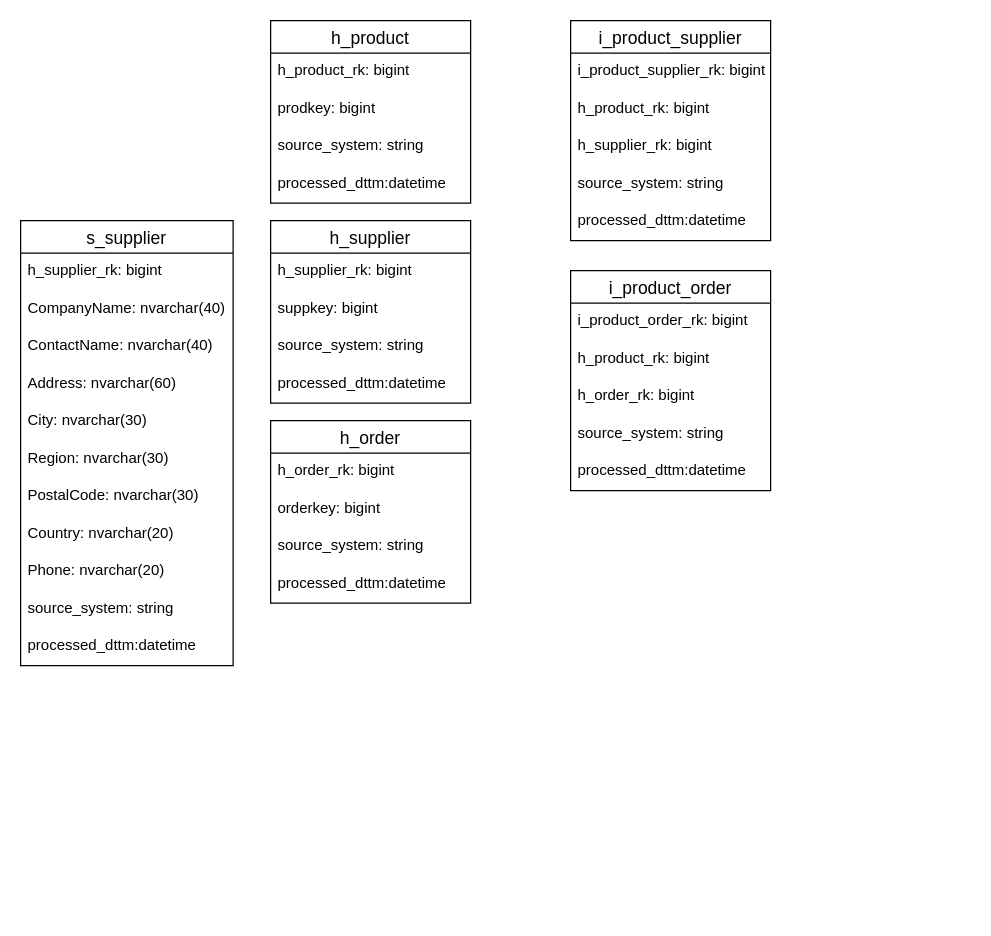
sunshineuee/ETL keeps this draw.io diagram as Untitled Diagram.drawio. Above is the earlier version. Source tidied: cells renumbered, new cells numbered last; positions are measured from the earlier drawing's top-left corner, leaving out a move shared by most shapes. Both pictures are drawn from the tidied source at 125%, with x=0, y=0 at pixel (20, 20).
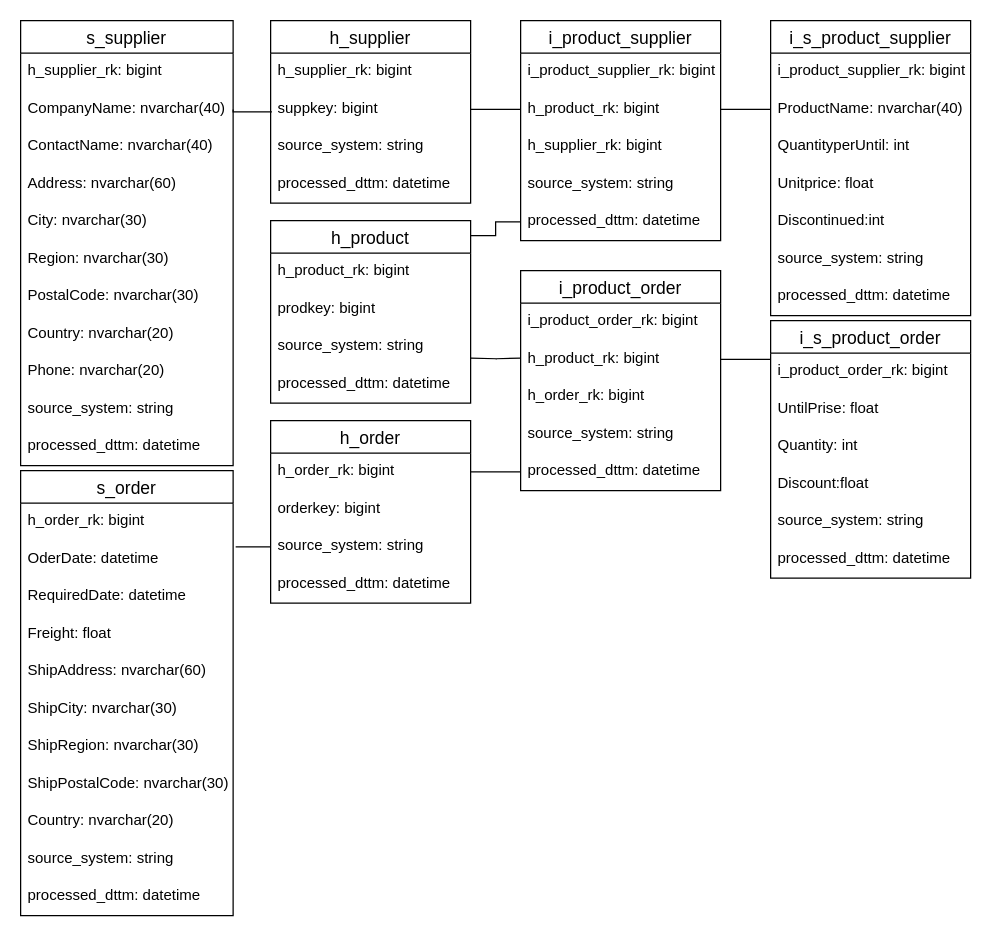
The same diagram, later.

Unchanged cells that the change refers to:
```xml
<mxCell id="9" value="suppkey: bigint" style="text;strokeColor=none;fillColor=none;spacingLeft=4;spacingRight=4;overflow=hidden;points=[[0,0.5],[1,0.5]];portConstraint=eastwest;fontSize=12;" parent="7" vertex="1">
  <mxGeometry y="56" width="160" height="30" as="geometry" />
</mxCell>
<mxCell id="12" value="h_order" style="swimlane;fontStyle=0;horizontal=1;startSize=26;align=center;fontSize=14;" parent="1" vertex="1">
  <mxGeometry x="200" y="320" width="160" height="146" as="geometry" />
</mxCell>
<mxCell id="13" value="h_order_rk: bigint" style="text;strokeColor=none;fillColor=none;spacingLeft=4;spacingRight=4;overflow=hidden;points=[[0,0.5],[1,0.5]];portConstraint=eastwest;fontSize=12;" parent="12" vertex="1">
  <mxGeometry y="26" width="160" height="30" as="geometry" />
</mxCell>
<mxCell id="15" value="source_system: string" style="text;strokeColor=none;fillColor=none;spacingLeft=4;spacingRight=4;overflow=hidden;points=[[0,0.5],[1,0.5]];portConstraint=eastwest;fontSize=12;" parent="12" vertex="1">
  <mxGeometry y="86" width="160" height="30" as="geometry" />
</mxCell>
<mxCell id="19" value="h_product_rk: bigint" style="text;strokeColor=none;fillColor=none;spacingLeft=4;spacingRight=4;overflow=hidden;points=[[0,0.5],[1,0.5]];portConstraint=eastwest;fontSize=12;" parent="17" vertex="1">
  <mxGeometry y="56" width="160" height="30" as="geometry" />
</mxCell>
<mxCell id="25" value="h_product_rk: bigint" style="text;strokeColor=none;fillColor=none;spacingLeft=4;spacingRight=4;overflow=hidden;points=[[0,0.5],[1,0.5]];portConstraint=eastwest;fontSize=12;" parent="23" vertex="1">
  <mxGeometry y="56" width="160" height="30" as="geometry" />
</mxCell>
<mxCell id="31" value="CompanyName: nvarchar(40)" style="text;strokeColor=none;fillColor=none;spacingLeft=4;spacingRight=4;overflow=hidden;points=[[0,0.5],[1,0.5]];portConstraint=eastwest;fontSize=12;" parent="29" vertex="1">
  <mxGeometry y="56" width="170" height="30" as="geometry" />
</mxCell>
```

The edit, as a diff of the source:
```diff
@@
+    <mxCell id="41" style="edgeStyle=orthogonalEdgeStyle;rounded=0;jettySize=auto;html=1;endArrow=none;endFill=0;entryX=0;entryY=0.5;entryDx=0;entryDy=0;exitX=0.994;exitY=0.082;exitDx=0;exitDy=0;exitPerimeter=0;" parent="1" edge="1" source="2" target="22">
+      <mxGeometry relative="1" as="geometry" />
+    </mxCell>
     <mxCell id="2" value="h_product" style="swimlane;fontStyle=0;horizontal=1;startSize=26;align=center;fontSize=14;" parent="1" vertex="1">
-      <mxGeometry x="200" width="160" height="146" as="geometry" />
+      <mxGeometry x="200" y="160" width="160" height="146" as="geometry" />
     </mxCell>
@@
-    <mxCell id="6" value="processed_dttm:datetime" style="text;strokeColor=none;fillColor=none;spacingLeft=4;spacingRight=4;overflow=hidden;fontSize=12;" parent="2" vertex="1">
+    <mxCell id="6" value="processed_dttm: datetime" style="text;strokeColor=none;fillColor=none;spacingLeft=4;spacingRight=4;overflow=hidden;fontSize=12;" parent="2" vertex="1">
       <mxGeometry y="116" width="160" height="30" as="geometry" />
     </mxCell>
     <mxCell id="7" value="h_supplier" style="swimlane;fontStyle=0;horizontal=1;startSize=26;align=center;fontSize=14;" parent="1" vertex="1">
-      <mxGeometry x="200" y="160" width="160" height="146" as="geometry" />
+      <mxGeometry x="200" width="160" height="146" as="geometry" />
     </mxCell>
@@
-    <mxCell id="11" value="processed_dttm:datetime" style="text;strokeColor=none;fillColor=none;spacingLeft=4;spacingRight=4;overflow=hidden;fontSize=12;" parent="7" vertex="1">
+    <mxCell id="11" value="processed_dttm: datetime" style="text;strokeColor=none;fillColor=none;spacingLeft=4;spacingRight=4;overflow=hidden;fontSize=12;" parent="7" vertex="1">
       <mxGeometry y="116" width="160" height="30" as="geometry" />
     </mxCell>
@@
-    <mxCell id="16" value="processed_dttm:datetime" style="text;strokeColor=none;fillColor=none;spacingLeft=4;spacingRight=4;overflow=hidden;fontSize=12;" parent="12" vertex="1">
+    <mxCell id="16" value="processed_dttm: datetime" style="text;strokeColor=none;fillColor=none;spacingLeft=4;spacingRight=4;overflow=hidden;fontSize=12;" parent="12" vertex="1">
       <mxGeometry y="116" width="160" height="30" as="geometry" />
     </mxCell>
     <mxCell id="17" value="i_product_supplier" style="swimlane;fontStyle=0;horizontal=1;startSize=26;align=center;fontSize=14;" parent="1" vertex="1">
-      <mxGeometry x="440" width="160" height="176" as="geometry" />
+      <mxGeometry x="400" width="160" height="176" as="geometry" />
     </mxCell>
@@
-    <mxCell id="22" value="processed_dttm:datetime" style="text;strokeColor=none;fillColor=none;spacingLeft=4;spacingRight=4;overflow=hidden;points=[[0,0.5],[1,0.5]];portConstraint=eastwest;fontSize=12;" parent="17" vertex="1">
+    <mxCell id="22" value="processed_dttm: datetime" style="text;strokeColor=none;fillColor=none;spacingLeft=4;spacingRight=4;overflow=hidden;points=[[0,0.5],[1,0.5]];portConstraint=eastwest;fontSize=12;" parent="17" vertex="1">
       <mxGeometry y="146" width="160" height="30" as="geometry" />
     </mxCell>
     <mxCell id="23" value="i_product_order" style="swimlane;fontStyle=0;horizontal=1;startSize=26;align=center;fontSize=14;" parent="1" vertex="1">
-      <mxGeometry x="440" y="200" width="160" height="176" as="geometry" />
+      <mxGeometry x="400" y="200" width="160" height="176" as="geometry" />
     </mxCell>
@@
-    <mxCell id="28" value="processed_dttm:datetime" style="text;strokeColor=none;fillColor=none;spacingLeft=4;spacingRight=4;overflow=hidden;points=[[0,0.5],[1,0.5]];portConstraint=eastwest;fontSize=12;" parent="23" vertex="1">
+    <mxCell id="28" value="processed_dttm: datetime" style="text;strokeColor=none;fillColor=none;spacingLeft=4;spacingRight=4;overflow=hidden;points=[[0,0.5],[1,0.5]];portConstraint=eastwest;fontSize=12;" parent="23" vertex="1">
       <mxGeometry y="146" width="160" height="30" as="geometry" />
     </mxCell>
+    <mxCell id="42" style="edgeStyle=orthogonalEdgeStyle;rounded=0;jettySize=auto;html=1;endArrow=none;endFill=0;exitX=1;exitY=0.5;exitDx=0;exitDy=0;" parent="1" edge="1" source="31">
+      <mxGeometry relative="1" as="geometry">
+        <mxPoint x="201" y="73" as="targetPoint" />
+        <Array as="points">
+          <mxPoint x="170" y="73" />
+        </Array>
+      </mxGeometry>
+    </mxCell>
     <mxCell id="29" value="s_supplier" style="swimlane;fontStyle=0;horizontal=1;startSize=26;align=center;fontSize=14;" parent="1" vertex="1">
-      <mxGeometry y="160" width="170" height="356" as="geometry" />
+      <mxGeometry width="170" height="356" as="geometry" />
     </mxCell>
@@
-    <mxCell id="40" value="processed_dttm:datetime" style="text;strokeColor=none;fillColor=none;spacingLeft=4;spacingRight=4;overflow=hidden;fontSize=12;" parent="29" vertex="1">
+    <mxCell id="40" value="processed_dttm: datetime" style="text;strokeColor=none;fillColor=none;spacingLeft=4;spacingRight=4;overflow=hidden;fontSize=12;" parent="29" vertex="1">
       <mxGeometry y="326" width="170" height="30" as="geometry" />
     </mxCell>
+    <mxCell id="43" style="edgeStyle=orthogonalEdgeStyle;rounded=0;jettySize=auto;html=1;entryX=0;entryY=0.5;entryDx=0;entryDy=0;exitX=1.012;exitY=0.167;exitDx=0;exitDy=0;exitPerimeter=0;endArrow=none;endFill=0;" parent="1" edge="1" source="46" target="15">
+      <mxGeometry relative="1" as="geometry">
+        <Array as="points">
+          <mxPoint x="180" y="421" />
+          <mxPoint x="180" y="421" />
+        </Array>
+      </mxGeometry>
+    </mxCell>
+    <mxCell id="44" value="s_order" style="swimlane;fontStyle=0;horizontal=1;startSize=26;align=center;fontSize=14;" parent="1" vertex="1">
+      <mxGeometry y="360" width="170" height="356" as="geometry" />
+    </mxCell>
+    <mxCell id="45" value="h_order_rk: bigint" style="text;strokeColor=none;fillColor=none;spacingLeft=4;spacingRight=4;overflow=hidden;fontSize=12;" parent="44" vertex="1">
+      <mxGeometry y="26" width="170" height="30" as="geometry" />
+    </mxCell>
+    <mxCell id="46" value="OderDate: datetime" style="text;strokeColor=none;fillColor=none;spacingLeft=4;spacingRight=4;overflow=hidden;points=[[0,0.5],[1,0.5]];portConstraint=eastwest;fontSize=12;" parent="44" vertex="1">
+      <mxGeometry y="56" width="170" height="30" as="geometry" />
+    </mxCell>
+    <mxCell id="47" value="RequiredDate: datetime" style="text;strokeColor=none;fillColor=none;spacingLeft=4;spacingRight=4;overflow=hidden;fontSize=12;" parent="44" vertex="1">
+      <mxGeometry y="86" width="170" height="30" as="geometry" />
+    </mxCell>
+    <mxCell id="48" value="Freight: float" style="text;strokeColor=none;fillColor=none;spacingLeft=4;spacingRight=4;overflow=hidden;fontSize=12;" parent="44" vertex="1">
+      <mxGeometry y="116" width="170" height="30" as="geometry" />
+    </mxCell>
+    <mxCell id="49" value="ShipAddress: nvarchar(60)" style="text;strokeColor=none;fillColor=none;spacingLeft=4;spacingRight=4;overflow=hidden;fontSize=12;" parent="44" vertex="1">
+      <mxGeometry y="146" width="170" height="30" as="geometry" />
+    </mxCell>
+    <mxCell id="50" value="ShipCity: nvarchar(30)" style="text;strokeColor=none;fillColor=none;spacingLeft=4;spacingRight=4;overflow=hidden;fontSize=12;" parent="44" vertex="1">
+      <mxGeometry y="176" width="170" height="30" as="geometry" />
+    </mxCell>
+    <mxCell id="51" value="ShipRegion: nvarchar(30)" style="text;strokeColor=none;fillColor=none;spacingLeft=4;spacingRight=4;overflow=hidden;fontSize=12;" parent="44" vertex="1">
+      <mxGeometry y="206" width="170" height="30" as="geometry" />
+    </mxCell>
+    <mxCell id="52" value="ShipPostalCode: nvarchar(30)" style="text;strokeColor=none;fillColor=none;spacingLeft=4;spacingRight=4;overflow=hidden;fontSize=12;" parent="44" vertex="1">
+      <mxGeometry y="236" width="170" height="30" as="geometry" />
+    </mxCell>
+    <mxCell id="53" value="Country: nvarchar(20)" style="text;strokeColor=none;fillColor=none;spacingLeft=4;spacingRight=4;overflow=hidden;fontSize=12;" parent="44" vertex="1">
+      <mxGeometry y="266" width="170" height="30" as="geometry" />
+    </mxCell>
+    <mxCell id="54" value="source_system: string" style="text;strokeColor=none;fillColor=none;spacingLeft=4;spacingRight=4;overflow=hidden;fontSize=12;" parent="44" vertex="1">
+      <mxGeometry y="296" width="170" height="30" as="geometry" />
+    </mxCell>
+    <mxCell id="55" value="processed_dttm: datetime" style="text;strokeColor=none;fillColor=none;spacingLeft=4;spacingRight=4;overflow=hidden;fontSize=12;" parent="44" vertex="1">
+      <mxGeometry y="326" width="170" height="30" as="geometry" />
+    </mxCell>
+    <mxCell id="56" style="edgeStyle=orthogonalEdgeStyle;rounded=0;jettySize=auto;html=1;endArrow=none;endFill=0;entryX=1;entryY=0.5;entryDx=0;entryDy=0;exitX=0;exitY=0.5;exitDx=0;exitDy=0;" parent="1" edge="1" source="19" target="9">
+      <mxGeometry relative="1" as="geometry" />
+    </mxCell>
+    <mxCell id="57" style="edgeStyle=orthogonalEdgeStyle;rounded=0;orthogonalLoop=1;jettySize=auto;html=1;endArrow=none;endFill=0;" parent="1" edge="1">
+      <mxGeometry relative="1" as="geometry">
+        <mxPoint x="360" y="270" as="sourcePoint" />
+        <mxPoint x="400" y="270" as="targetPoint" />
+      </mxGeometry>
+    </mxCell>
+    <mxCell id="58" style="edgeStyle=orthogonalEdgeStyle;rounded=0;jettySize=auto;html=1;endArrow=none;endFill=0;" parent="1" edge="1" source="13" target="28">
+      <mxGeometry relative="1" as="geometry" />
+    </mxCell>
+    <mxCell id="59" value="i_s_product_supplier" style="swimlane;fontStyle=0;horizontal=1;startSize=26;align=center;fontSize=14;" parent="1" vertex="1">
+      <mxGeometry x="600" width="160" height="236" as="geometry" />
+    </mxCell>
+    <mxCell id="60" value="i_product_supplier_rk: bigint" style="text;strokeColor=none;fillColor=none;spacingLeft=4;spacingRight=4;overflow=hidden;fontSize=12;" parent="59" vertex="1">
+      <mxGeometry y="26" width="160" height="30" as="geometry" />
+    </mxCell>
+    <mxCell id="61" value="ProductName: nvarchar(40)" style="text;strokeColor=none;fillColor=none;spacingLeft=4;spacingRight=4;overflow=hidden;points=[[0,0.5],[1,0.5]];portConstraint=eastwest;fontSize=12;" parent="59" vertex="1">
+      <mxGeometry y="56" width="160" height="30" as="geometry" />
+    </mxCell>
+    <mxCell id="62" value="QuantityperUntil: int" style="text;strokeColor=none;fillColor=none;spacingLeft=4;spacingRight=4;overflow=hidden;fontSize=12;" parent="59" vertex="1">
+      <mxGeometry y="86" width="160" height="30" as="geometry" />
+    </mxCell>
+    <mxCell id="63" value="Unitprice: float" style="text;strokeColor=none;fillColor=none;spacingLeft=4;spacingRight=4;overflow=hidden;fontSize=12;" parent="59" vertex="1">
+      <mxGeometry y="116" width="160" height="30" as="geometry" />
+    </mxCell>
+    <mxCell id="64" value="Discontinued:int" style="text;strokeColor=none;fillColor=none;spacingLeft=4;spacingRight=4;overflow=hidden;fontSize=12;" parent="59" vertex="1">
+      <mxGeometry y="146" width="160" height="30" as="geometry" />
+    </mxCell>
+    <mxCell id="65" value="source_system: string" style="text;strokeColor=none;fillColor=none;spacingLeft=4;spacingRight=4;overflow=hidden;fontSize=12;" parent="59" vertex="1">
+      <mxGeometry y="176" width="160" height="30" as="geometry" />
+    </mxCell>
+    <mxCell id="66" value="processed_dttm: datetime" style="text;strokeColor=none;fillColor=none;spacingLeft=4;spacingRight=4;overflow=hidden;fontSize=12;" parent="59" vertex="1">
+      <mxGeometry y="206" width="160" height="30" as="geometry" />
+    </mxCell>
+    <mxCell id="67" style="edgeStyle=orthogonalEdgeStyle;rounded=0;jettySize=auto;html=1;endArrow=none;endFill=0;entryX=0;entryY=0.5;entryDx=0;entryDy=0;" parent="1" edge="1" source="19" target="61">
+      <mxGeometry relative="1" as="geometry" />
+    </mxCell>
+    <mxCell id="68" value="i_s_product_order" style="swimlane;fontStyle=0;horizontal=1;startSize=26;align=center;fontSize=14;" parent="1" vertex="1">
+      <mxGeometry x="600" y="240" width="160" height="206" as="geometry" />
+    </mxCell>
+    <mxCell id="69" value="i_product_order_rk: bigint" style="text;strokeColor=none;fillColor=none;spacingLeft=4;spacingRight=4;overflow=hidden;fontSize=12;" parent="68" vertex="1">
+      <mxGeometry y="26" width="160" height="30" as="geometry" />
+    </mxCell>
+    <mxCell id="70" value="UntilPrise: float" style="text;strokeColor=none;fillColor=none;spacingLeft=4;spacingRight=4;overflow=hidden;fontSize=12;" parent="68" vertex="1">
+      <mxGeometry y="56" width="160" height="30" as="geometry" />
+    </mxCell>
+    <mxCell id="71" value="Quantity: int" style="text;strokeColor=none;fillColor=none;spacingLeft=4;spacingRight=4;overflow=hidden;fontSize=12;" parent="68" vertex="1">
+      <mxGeometry y="86" width="160" height="30" as="geometry" />
+    </mxCell>
+    <mxCell id="72" value="Discount:float" style="text;strokeColor=none;fillColor=none;spacingLeft=4;spacingRight=4;overflow=hidden;fontSize=12;" parent="68" vertex="1">
+      <mxGeometry y="116" width="160" height="30" as="geometry" />
+    </mxCell>
+    <mxCell id="73" value="source_system: string" style="text;strokeColor=none;fillColor=none;spacingLeft=4;spacingRight=4;overflow=hidden;fontSize=12;" parent="68" vertex="1">
+      <mxGeometry y="146" width="160" height="30" as="geometry" />
+    </mxCell>
+    <mxCell id="74" value="processed_dttm: datetime" style="text;strokeColor=none;fillColor=none;spacingLeft=4;spacingRight=4;overflow=hidden;fontSize=12;" parent="68" vertex="1">
+      <mxGeometry y="176" width="160" height="30" as="geometry" />
+    </mxCell>
+    <mxCell id="75" style="edgeStyle=orthogonalEdgeStyle;rounded=0;jettySize=auto;html=1;endArrow=none;endFill=0;" parent="1" edge="1" source="25">
+      <mxGeometry relative="1" as="geometry">
+        <mxPoint x="600" y="271" as="targetPoint" />
+      </mxGeometry>
+    </mxCell>
```
